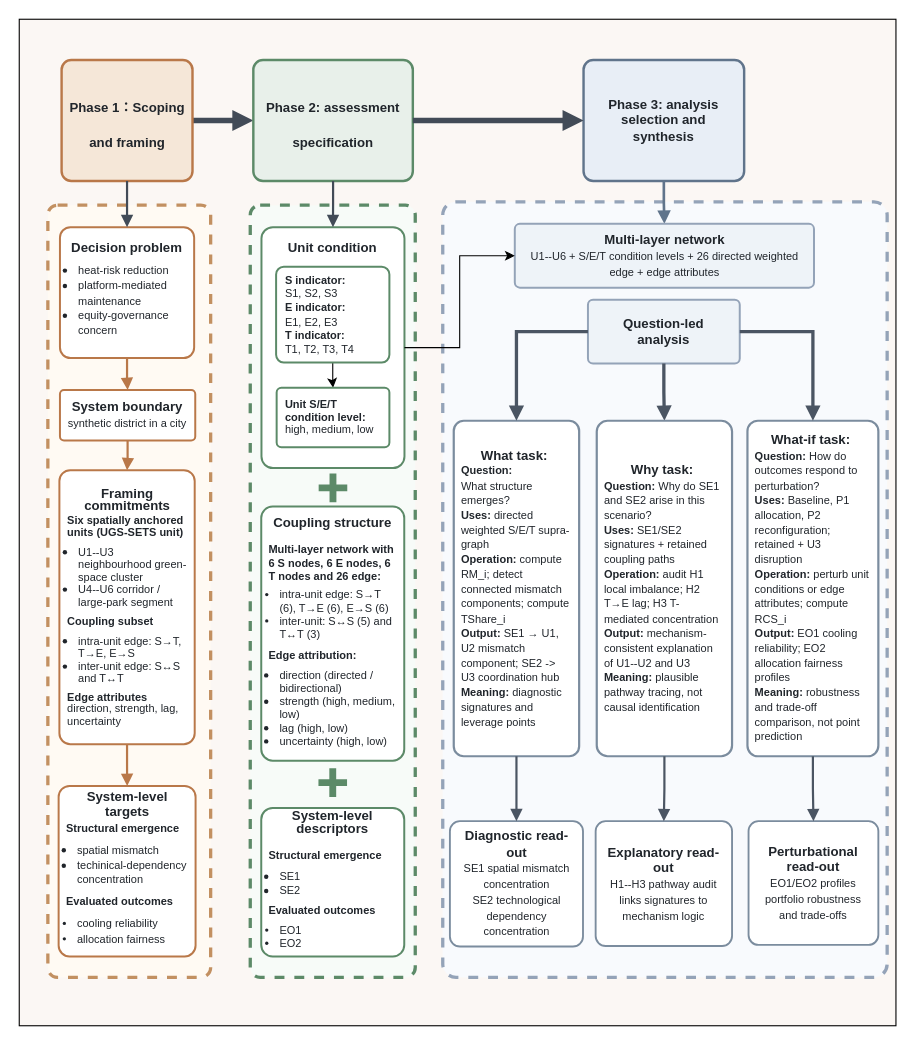
This is section6.drawio from ZixuanLi317/iodraw-files, a draw.io file, before an edit. Source tidied: cells renumbered, new cells numbered last; positions are measured from the earlier drawing's top-left corner, leaving out a move shared by most shapes. Both pictures are drawn from the tidied source at 110%, with x=0, y=0 at pixel (19, 19).
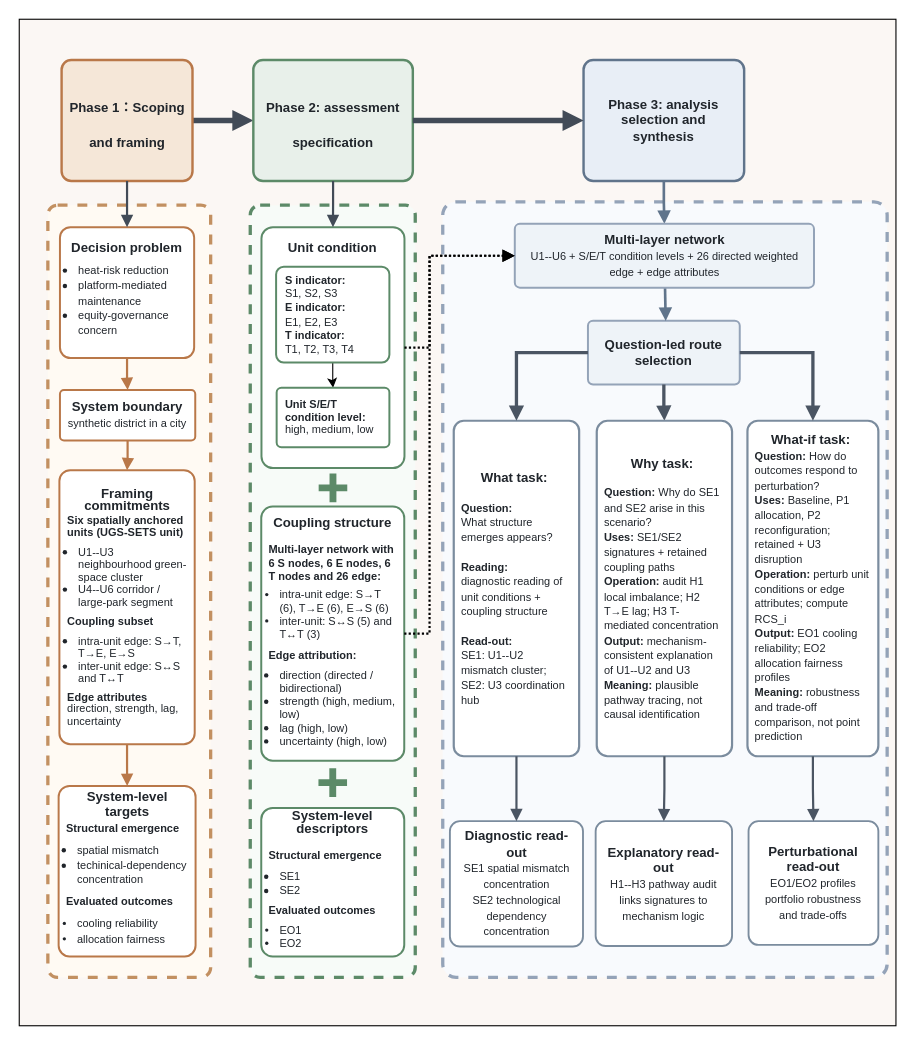
The same diagram, later.

The change refers to these unchanged cells:
```xml
<mxCell id="16" value="&lt;div style=&quot;line-height:116%;&quot;&gt;&lt;b&gt;Unit condition&lt;/b&gt;&lt;br&gt;&lt;/div&gt;" style="whiteSpace=wrap;html=1;fillColor=#ffffff;strokeColor=#5c8a68;strokeWidth=1.8;fontSize=12;fontColor=#20252b;fontStyle=0;fontFamily=Helvetica;align=center;verticalAlign=top;spacing=8;rounded=1;arcSize=8;" parent="1" vertex="1">
  <mxGeometry x="220.2" y="189" width="130" height="219" as="geometry" />
</mxCell>
<mxCell id="17" value="&lt;div style=&quot;line-height: 100%;&quot;&gt;&lt;div style=&quot;margin-bottom: 0px;&quot;&gt;&lt;b&gt;Coupling structure&lt;/b&gt;&lt;/div&gt;&lt;div style=&quot;margin-bottom: 0px;&quot;&gt;&lt;b&gt;&lt;br&gt;&lt;/b&gt;&lt;div style=&quot;text-align: left; margin-bottom: 6px;&quot;&gt;&lt;span style=&quot;font-size: 10px; background-color: transparent; color: light-dark(rgb(32, 37, 43), rgb(201, 206, 211)); line-height: 100%;&quot;&gt;&lt;b&gt;Multi-layer network with 6 S nodes, 6 E nodes, 6 T nodes and 26 edge:&lt;/b&gt;&lt;/span&gt;&lt;/div&gt;&lt;font style=&quot;font-size: 10px; line-height: 100%;&quot;&gt;&lt;div style=&quot;text-align: left;&quot;&gt;&lt;ul style=&quot;padding-left: 10px; margin-top: 6px; margin-bottom: 6px; line-height: 120%;&quot;&gt;&lt;li&gt;&lt;span style=&quot;background-color: transparent; color: light-dark(rgb(32, 37, 43), rgb(201, 206, 211));&quot;&gt;intra-unit edge: S→T (6), T→E (6), E→S (6)&lt;/span&gt;&lt;/li&gt;&lt;li&gt;&lt;span style=&quot;background-color: transparent; color: light-dark(rgb(32, 37, 43), rgb(201, 206, 211));&quot;&gt;inter-unit: S↔S (5) and T↔T (3)&lt;/span&gt;&lt;/li&gt;&lt;/ul&gt;&lt;/div&gt;&lt;/font&gt;&lt;/div&gt;&lt;div style=&quot;text-align: left;&quot;&gt;&lt;font style=&quot;font-size: 10px; line-height: 100%;&quot;&gt;&lt;b&gt;Edge attribution:&lt;/b&gt;&lt;/font&gt;&lt;/div&gt;&lt;div style=&quot;text-align: left;&quot;&gt;&lt;ul style=&quot;padding-left: 10px; margin-top: 6px; margin-bottom: 6px;&quot;&gt;&lt;li&gt;&lt;font style=&quot;font-size: 10px; line-height: 100%;&quot;&gt;direction (directed / bidirectional)&lt;/font&gt;&lt;/li&gt;&lt;li&gt;&lt;font style=&quot;font-size: 10px; line-height: 100%;&quot;&gt;&lt;font&gt;strength (&lt;/font&gt;&lt;span style=&quot;background-color: transparent; color: light-dark(rgb(32, 37, 43), rgb(201, 206, 211));&quot;&gt;high, medium, low&lt;/span&gt;&lt;span style=&quot;background-color: transparent; color: light-dark(rgb(32, 37, 43), rgb(201, 206, 211));&quot;&gt;)&lt;/span&gt;&lt;/font&gt;&lt;/li&gt;&lt;li&gt;&lt;font style=&quot;font-size: 10px; line-height: 100%;&quot;&gt;&lt;font&gt;lag (&lt;/font&gt;&lt;span style=&quot;background-color: transparent; color: light-dark(rgb(32, 37, 43), rgb(201, 206, 211));&quot;&gt;high, low&lt;/span&gt;&lt;span style=&quot;background-color: transparent; color: light-dark(rgb(32, 37, 43), rgb(201, 206, 211));&quot;&gt;)&lt;/span&gt;&lt;/font&gt;&lt;/li&gt;&lt;li&gt;&lt;font style=&quot;font-size: 10px; line-height: 100%;&quot;&gt;&lt;font&gt;uncertainty (&lt;/font&gt;&lt;span style=&quot;background-color: transparent; color: light-dark(rgb(32, 37, 43), rgb(201, 206, 211));&quot;&gt;high, low&lt;/span&gt;&lt;span style=&quot;background-color: transparent; color: light-dark(rgb(32, 37, 43), rgb(201, 206, 211));&quot;&gt;)&lt;/span&gt;&lt;/font&gt;&lt;/li&gt;&lt;/ul&gt;&lt;/div&gt;&lt;/div&gt;" style="whiteSpace=wrap;html=1;fillColor=#ffffff;strokeColor=#5c8a68;strokeWidth=1.8;fontSize=12;fontColor=#20252b;fontStyle=0;fontFamily=Helvetica;align=center;verticalAlign=middle;spacing=8;rounded=1;arcSize=8;" parent="1" vertex="1">
  <mxGeometry x="220" y="443" width="130" height="231" as="geometry" />
</mxCell>
<mxCell id="40" value="&lt;b&gt;Multi-layer network&lt;/b&gt;&lt;div&gt;&lt;font style=&quot;font-size: 10px; font-weight: normal;&quot;&gt;U1--U6 + S/E/T condition levels + 26 directed weighted edge + edge attributes&lt;/font&gt;&lt;/div&gt;" style="whiteSpace=wrap;html=1;fillColor=#eef3f8;strokeColor=#94a3b8;strokeWidth=1.8;fontSize=12;fontColor=#20252b;fontStyle=1;fontFamily=Helvetica;align=center;verticalAlign=middle;spacing=8;rounded=1;arcSize=8;" parent="1" vertex="1">
  <mxGeometry x="450.5" y="186" width="272" height="58" as="geometry" />
</mxCell>
```

Change to the diagram source:
```diff
@@
-    <mxCell id="25" value="&lt;b&gt;Question-led analysis&lt;/b&gt;" style="whiteSpace=wrap;html=1;fillColor=#eef3f8;strokeColor=#94a3b8;strokeWidth=1.8;fontSize=12;fontColor=#20252b;fontStyle=1;fontFamily=Helvetica;align=center;verticalAlign=middle;spacing=8;rounded=1;arcSize=8;" parent="1" vertex="1">
-      <mxGeometry x="517" y="255" width="138" height="58" as="geometry" />
+    <mxCell id="25" value="&lt;b&gt;Question-led &lt;/b&gt;route selection" style="whiteSpace=wrap;html=1;fillColor=#eef3f8;strokeColor=#94a3b8;strokeWidth=1.8;fontSize=12;fontColor=#20252b;fontStyle=1;fontFamily=Helvetica;align=center;verticalAlign=middle;spacing=8;rounded=1;arcSize=8;" parent="1" vertex="1">
+      <mxGeometry x="517" y="274" width="138" height="58" as="geometry" />
     </mxCell>
@@
-    <mxCell id="27" value="&lt;div style=&quot;line-height:112%;&quot;&gt;&lt;b&gt;What task:&amp;nbsp;&lt;/b&gt;&lt;br&gt;&lt;div style=&quot;text-align: left;&quot;&gt;&lt;b style=&quot;font-size: 10px; background-color: transparent; color: light-dark(rgb(32, 37, 43), rgb(201, 206, 211));&quot;&gt;Question:&lt;/b&gt;&lt;/div&gt;&lt;div style=&quot;text-align: left;&quot;&gt;&lt;span style=&quot;font-size: 10px; background-color: transparent; color: light-dark(rgb(32, 37, 43), rgb(201, 206, 211));&quot;&gt;What structure emerges?&lt;/span&gt;&lt;/div&gt;&lt;font style=&quot;font-size: 10px;&quot;&gt;&lt;div style=&quot;text-align: left;&quot;&gt;&lt;b style=&quot;background-color: transparent; color: light-dark(rgb(32, 37, 43), rgb(201, 206, 211));&quot;&gt;Uses:&lt;/b&gt;&lt;span style=&quot;background-color: transparent; color: light-dark(rgb(32, 37, 43), rgb(201, 206, 211));&quot;&gt; directed weighted S/E/T supra-graph&lt;/span&gt;&lt;/div&gt;&lt;b style=&quot;&quot;&gt;&lt;div style=&quot;text-align: left;&quot;&gt;&lt;b style=&quot;background-color: transparent; color: light-dark(rgb(32, 37, 43), rgb(201, 206, 211));&quot;&gt;Operation:&lt;/b&gt;&lt;span style=&quot;background-color: transparent; color: light-dark(rgb(32, 37, 43), rgb(201, 206, 211)); font-weight: normal;&quot;&gt; compute RM_i; detect connected mismatch components; compute TShare_i&lt;/span&gt;&lt;/div&gt;&lt;/b&gt;&lt;b style=&quot;&quot;&gt;&lt;div style=&quot;text-align: left;&quot;&gt;&lt;b style=&quot;background-color: transparent; color: light-dark(rgb(32, 37, 43), rgb(201, 206, 211));&quot;&gt;Output:&lt;/b&gt;&lt;span style=&quot;background-color: transparent; color: light-dark(rgb(32, 37, 43), rgb(201, 206, 211)); font-weight: normal;&quot;&gt; SE1&amp;nbsp;&lt;/span&gt;&lt;span style=&quot;background-color: transparent; color: light-dark(rgb(32, 37, 43), rgb(201, 206, 211)); font-weight: normal;&quot;&gt;→&lt;/span&gt;&lt;span style=&quot;background-color: transparent; color: light-dark(rgb(32, 37, 43), rgb(201, 206, 211)); font-weight: normal;&quot;&gt;&amp;nbsp;U1, U2 mismatch component; SE2 -&amp;gt; U3 coordination hub&lt;/span&gt;&lt;/div&gt;&lt;/b&gt;&lt;b style=&quot;&quot;&gt;&lt;div style=&quot;text-align: left;&quot;&gt;&lt;b style=&quot;background-color: transparent; color: light-dark(rgb(32, 37, 43), rgb(201, 206, 211));&quot;&gt;Meaning:&lt;/b&gt;&lt;span style=&quot;background-color: transparent; color: light-dark(rgb(32, 37, 43), rgb(201, 206, 211)); font-weight: normal;&quot;&gt; diagnostic signatures and leverage points&lt;/span&gt;&lt;/div&gt;&lt;/b&gt;&lt;/font&gt;&lt;/div&gt;" style="whiteSpace=wrap;html=1;fillColor=#ffffff;strokeColor=#7b8c9e;strokeWidth=2;fontSize=12;fontColor=#20252b;fontStyle=0;fontFamily=Helvetica;align=center;verticalAlign=middle;spacing=8;rounded=1;arcSize=8;" parent="1" vertex="1">
+    <mxCell id="27" value="&lt;div style=&quot;line-height:112%;&quot;&gt;&lt;b&gt;What task:&amp;nbsp;&lt;/b&gt;&lt;br&gt;&lt;div style=&quot;text-align: left;&quot;&gt;&lt;b style=&quot;font-size: 10px; background-color: transparent; color: light-dark(rgb(32, 37, 43), rgb(201, 206, 211));&quot;&gt;&lt;br&gt;&lt;/b&gt;&lt;/div&gt;&lt;div style=&quot;text-align: left;&quot;&gt;&lt;b style=&quot;font-size: 10px; background-color: transparent; color: light-dark(rgb(32, 37, 43), rgb(201, 206, 211));&quot;&gt;Question:&lt;/b&gt;&lt;/div&gt;&lt;div style=&quot;text-align: left;&quot;&gt;&lt;span style=&quot;font-size: 10px; background-color: transparent; color: light-dark(rgb(32, 37, 43), rgb(201, 206, 211));&quot;&gt;What structure emerges appears?&lt;/span&gt;&lt;/div&gt;&lt;font style=&quot;&quot;&gt;&lt;div style=&quot;text-align: left;&quot;&gt;&lt;b style=&quot;font-size: 10px; background-color: transparent; color: light-dark(rgb(32, 37, 43), rgb(201, 206, 211));&quot;&gt;&lt;br&gt;&lt;/b&gt;&lt;/div&gt;&lt;div style=&quot;text-align: left;&quot;&gt;&lt;b style=&quot;font-size: 10px; background-color: transparent; color: light-dark(rgb(32, 37, 43), rgb(201, 206, 211));&quot;&gt;Reading:&lt;/b&gt;&lt;span style=&quot;font-size: 10px; background-color: transparent; color: light-dark(rgb(32, 37, 43), rgb(201, 206, 211));&quot;&gt;&amp;nbsp;&lt;/span&gt;&lt;/div&gt;&lt;div style=&quot;text-align: left;&quot;&gt;&lt;span style=&quot;background-color: transparent; text-align: center; font-size: 10px;&quot;&gt;diagnostic reading of unit conditions + coupling structure&lt;/span&gt;&lt;/div&gt;&lt;div style=&quot;font-size: 10px; text-align: left;&quot;&gt;&lt;b&gt;&lt;br&gt;&lt;/b&gt;&lt;/div&gt;&lt;div style=&quot;font-size: 10px; text-align: left;&quot;&gt;&lt;b&gt;Read-out:&amp;nbsp;&lt;/b&gt;&lt;/div&gt;&lt;div style=&quot;text-align: left;&quot;&gt;&lt;span style=&quot;font-size: 10px;&quot;&gt;SE1: U1--U2 mismatch cluster;&lt;/span&gt;&lt;/div&gt;&lt;div style=&quot;text-align: left;&quot;&gt;&lt;span style=&quot;font-size: 10px;&quot;&gt;SE2: U3 coordination hub&lt;/span&gt;&lt;/div&gt;&lt;/font&gt;&lt;/div&gt;" style="whiteSpace=wrap;html=1;fillColor=#ffffff;strokeColor=#7b8c9e;strokeWidth=2;fontSize=12;fontColor=#20252b;fontStyle=0;fontFamily=Helvetica;align=center;verticalAlign=middle;spacing=8;rounded=1;arcSize=8;" parent="1" vertex="1">
       <mxGeometry x="395" y="365" width="114" height="305" as="geometry" />
     </mxCell>
@@
-    <mxCell id="37" value="&lt;div style=&quot;line-height:112%;&quot;&gt;&lt;b&gt;Why task:&amp;nbsp;&lt;/b&gt;&lt;br&gt;&lt;div style=&quot;text-align: left;&quot;&gt;&lt;b style=&quot;font-size: 10px; background-color: transparent; color: light-dark(rgb(32, 37, 43), rgb(201, 206, 211));&quot;&gt;Question:&lt;/b&gt;&lt;span style=&quot;font-size: 10px; background-color: transparent; color: light-dark(rgb(32, 37, 43), rgb(201, 206, 211));&quot;&gt; Why do SE1 and SE2 arise in this scenario?&lt;/span&gt;&lt;/div&gt;&lt;font style=&quot;font-size: 10px;&quot;&gt;&lt;div style=&quot;text-align: left;&quot;&gt;&lt;b style=&quot;background-color: transparent; color: light-dark(rgb(32, 37, 43), rgb(201, 206, 211));&quot;&gt;Uses:&lt;/b&gt;&lt;span style=&quot;background-color: transparent; color: light-dark(rgb(32, 37, 43), rgb(201, 206, 211));&quot;&gt; SE1/SE2 signatures + retained coupling paths&lt;/span&gt;&lt;/div&gt;&lt;b style=&quot;&quot;&gt;&lt;div style=&quot;text-align: left;&quot;&gt;&lt;b style=&quot;background-color: transparent; color: light-dark(rgb(32, 37, 43), rgb(201, 206, 211));&quot;&gt;Operation:&lt;/b&gt;&lt;span style=&quot;background-color: transparent; color: light-dark(rgb(32, 37, 43), rgb(201, 206, 211)); font-weight: normal;&quot;&gt; audit H1 local imbalance; H2 T&lt;/span&gt;&lt;span style=&quot;background-color: transparent; color: light-dark(rgb(32, 37, 43), rgb(201, 206, 211)); font-weight: normal;&quot;&gt;→&lt;/span&gt;&lt;span style=&quot;background-color: transparent; color: light-dark(rgb(32, 37, 43), rgb(201, 206, 211)); font-weight: normal;&quot;&gt;E lag; H3 T-mediated concentration&lt;/span&gt;&lt;/div&gt;&lt;/b&gt;&lt;b style=&quot;&quot;&gt;&lt;div style=&quot;text-align: left;&quot;&gt;&lt;b style=&quot;background-color: transparent; color: light-dark(rgb(32, 37, 43), rgb(201, 206, 211));&quot;&gt;Output:&lt;/b&gt;&lt;span style=&quot;background-color: transparent; color: light-dark(rgb(32, 37, 43), rgb(201, 206, 211)); font-weight: normal;&quot;&gt; mechanism-consistent explanation of U1--U2 and U3&lt;/span&gt;&lt;/div&gt;&lt;/b&gt;&lt;b style=&quot;&quot;&gt;&lt;div style=&quot;text-align: left;&quot;&gt;&lt;b style=&quot;background-color: transparent; color: light-dark(rgb(32, 37, 43), rgb(201, 206, 211));&quot;&gt;Meaning:&lt;/b&gt;&lt;span style=&quot;background-color: transparent; color: light-dark(rgb(32, 37, 43), rgb(201, 206, 211)); font-weight: normal;&quot;&gt; plausible pathway tracing, not causal identification&lt;/span&gt;&lt;/div&gt;&lt;/b&gt;&lt;/font&gt;&lt;/div&gt;" style="whiteSpace=wrap;html=1;fillColor=#ffffff;strokeColor=#7b8c9e;strokeWidth=2;fontSize=12;fontColor=#20252b;fontStyle=0;fontFamily=Helvetica;align=center;verticalAlign=middle;spacing=8;rounded=1;arcSize=8;" parent="1" vertex="1">
+    <mxCell id="37" value="&lt;div style=&quot;line-height:112%;&quot;&gt;&lt;b&gt;Why task:&amp;nbsp;&lt;/b&gt;&lt;/div&gt;&lt;div style=&quot;line-height:112%;&quot;&gt;&lt;b&gt;&lt;br&gt;&lt;/b&gt;&lt;div style=&quot;text-align: left;&quot;&gt;&lt;b style=&quot;font-size: 10px; background-color: transparent; color: light-dark(rgb(32, 37, 43), rgb(201, 206, 211));&quot;&gt;Question:&lt;/b&gt;&lt;span style=&quot;font-size: 10px; background-color: transparent; color: light-dark(rgb(32, 37, 43), rgb(201, 206, 211));&quot;&gt; Why do SE1 and SE2 arise in this scenario?&lt;/span&gt;&lt;/div&gt;&lt;font style=&quot;font-size: 10px;&quot;&gt;&lt;div style=&quot;text-align: left;&quot;&gt;&lt;b style=&quot;background-color: transparent; color: light-dark(rgb(32, 37, 43), rgb(201, 206, 211));&quot;&gt;Uses:&lt;/b&gt;&lt;span style=&quot;background-color: transparent; color: light-dark(rgb(32, 37, 43), rgb(201, 206, 211));&quot;&gt; SE1/SE2 signatures + retained coupling paths&lt;/span&gt;&lt;/div&gt;&lt;b style=&quot;&quot;&gt;&lt;div style=&quot;text-align: left;&quot;&gt;&lt;b style=&quot;background-color: transparent; color: light-dark(rgb(32, 37, 43), rgb(201, 206, 211));&quot;&gt;Operation:&lt;/b&gt;&lt;span style=&quot;background-color: transparent; color: light-dark(rgb(32, 37, 43), rgb(201, 206, 211)); font-weight: normal;&quot;&gt; audit H1 local imbalance; H2 T&lt;/span&gt;&lt;span style=&quot;background-color: transparent; color: light-dark(rgb(32, 37, 43), rgb(201, 206, 211)); font-weight: normal;&quot;&gt;→&lt;/span&gt;&lt;span style=&quot;background-color: transparent; color: light-dark(rgb(32, 37, 43), rgb(201, 206, 211)); font-weight: normal;&quot;&gt;E lag; H3 T-mediated concentration&lt;/span&gt;&lt;/div&gt;&lt;/b&gt;&lt;b style=&quot;&quot;&gt;&lt;div style=&quot;text-align: left;&quot;&gt;&lt;b style=&quot;background-color: transparent; color: light-dark(rgb(32, 37, 43), rgb(201, 206, 211));&quot;&gt;Output:&lt;/b&gt;&lt;span style=&quot;background-color: transparent; color: light-dark(rgb(32, 37, 43), rgb(201, 206, 211)); font-weight: normal;&quot;&gt; mechanism-consistent explanation of U1--U2 and U3&lt;/span&gt;&lt;/div&gt;&lt;/b&gt;&lt;b style=&quot;&quot;&gt;&lt;div style=&quot;text-align: left;&quot;&gt;&lt;b style=&quot;background-color: transparent; color: light-dark(rgb(32, 37, 43), rgb(201, 206, 211));&quot;&gt;Meaning:&lt;/b&gt;&lt;span style=&quot;background-color: transparent; color: light-dark(rgb(32, 37, 43), rgb(201, 206, 211)); font-weight: normal;&quot;&gt; plausible pathway tracing, not causal identification&lt;/span&gt;&lt;/div&gt;&lt;/b&gt;&lt;/font&gt;&lt;/div&gt;" style="whiteSpace=wrap;html=1;fillColor=#ffffff;strokeColor=#7b8c9e;strokeWidth=2;fontSize=12;fontColor=#20252b;fontStyle=0;fontFamily=Helvetica;align=center;verticalAlign=middle;spacing=8;rounded=1;arcSize=8;" parent="1" vertex="1">
       <mxGeometry x="525" y="365" width="123" height="305" as="geometry" />
     </mxCell>
@@
+    <mxCell id="44" style="rounded=0;jettySize=auto;html=1;strokeColor=#60748b;strokeWidth=2.4;align=center;verticalAlign=middle;fontFamily=Helvetica;fontSize=13;fontColor=#68717c;labelBackgroundColor=default;endArrow=block;endFill=1;entryX=0.512;entryY=0.004;entryDx=0;entryDy=0;entryPerimeter=0;" parent="1" edge="1" source="40" target="25">
+      <mxGeometry relative="1" as="geometry" />
+    </mxCell>
@@
-    <mxCell id="41" style="edgeStyle=orthogonalEdgeStyle;rounded=0;jettySize=auto;html=1;entryX=0;entryY=0.5;entryDx=0;entryDy=0;" parent="1" edge="1" source="16" target="40">
-      <mxGeometry relative="1" as="geometry" />
+    <mxCell id="41" style="edgeStyle=orthogonalEdgeStyle;rounded=0;jettySize=auto;html=1;entryX=0;entryY=0.5;entryDx=0;entryDy=0;dashed=1;dashPattern=1 1;strokeColor=light-dark(#000000,#B77859);strokeWidth=2;align=center;verticalAlign=middle;fontFamily=Helvetica;fontSize=14;fontColor=#68717c;labelBackgroundColor=default;endArrow=block;endFill=1;" parent="1" edge="1" source="16" target="40">
+      <mxGeometry relative="1" as="geometry">
+        <Array as="points">
+          <mxPoint x="373" y="299" />
+          <mxPoint x="373" y="215" />
+        </Array>
+      </mxGeometry>
     </mxCell>
@@
+    <mxCell id="45" style="edgeStyle=orthogonalEdgeStyle;rounded=0;jettySize=auto;html=1;entryX=0;entryY=0.5;entryDx=0;entryDy=0;dashed=1;dashPattern=1 1;strokeColor=light-dark(#000000,#B77859);strokeWidth=2;align=center;verticalAlign=middle;fontFamily=Helvetica;fontSize=14;fontColor=#68717c;labelBackgroundColor=default;endArrow=block;endFill=1;" parent="1" edge="1" source="17" target="40">
+      <mxGeometry relative="1" as="geometry">
+        <Array as="points">
+          <mxPoint x="373" y="559" />
+          <mxPoint x="373" y="215" />
+        </Array>
+      </mxGeometry>
+    </mxCell>
```
